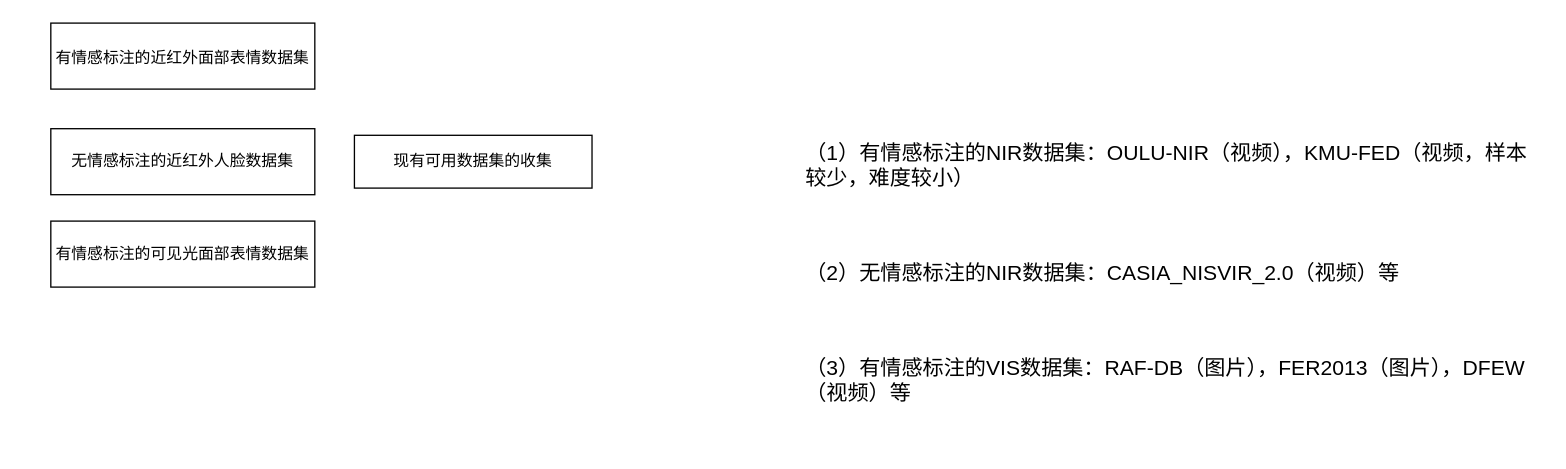
This is 未命名绘图.drawio from Silvia-man/test-, a draw.io file, before an edit. Source tidied: cells renumbered, new cells numbered last; positions are measured from the earlier drawing's top-left corner, leaving out a move shared by most shapes. Both pictures are drawn from the tidied source at 132%, with x=0, y=0 at pixel (50, 22).
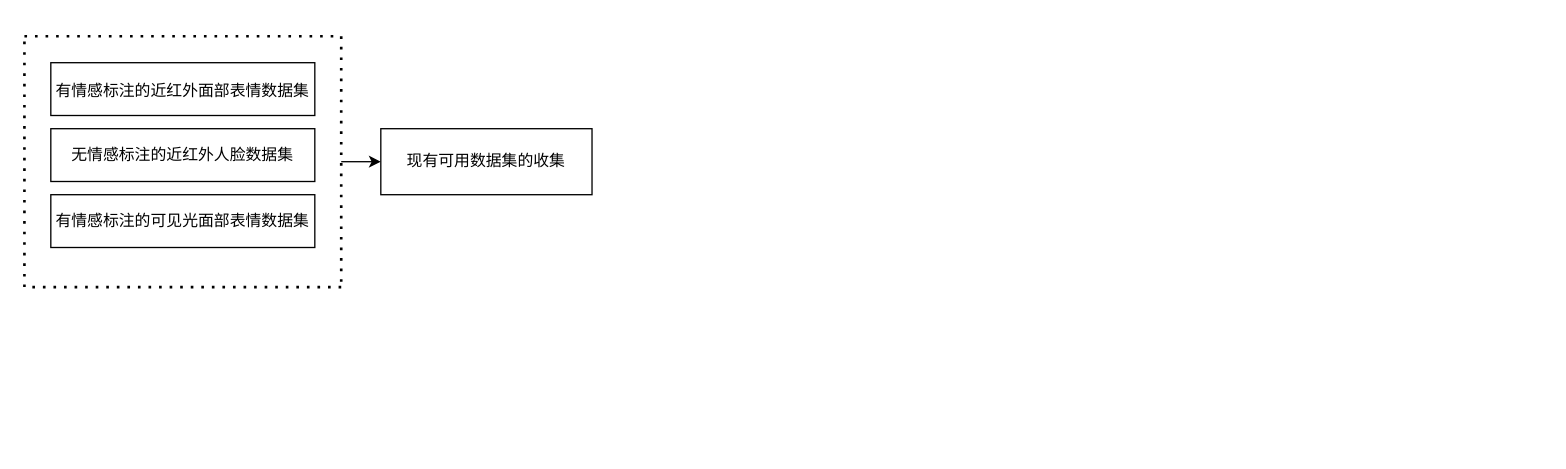
After the change.

Commit message (it also covers changes not shown here):
更新未命名绘图.drawio

Change to the diagram source:
```diff
@@
 <mxGraphModel>
   <root>
     <mxCell id="0" />
     <mxCell id="1" parent="0" />
     <mxCell id="2" value="现有可用数据集的收集" style="rounded=0;whiteSpace=wrap;html=1;" parent="1" vertex="1">
-      <mxGeometry x="230" y="85" width="180" height="40" as="geometry" />
+      <mxGeometry x="250" y="80" width="160" height="50" as="geometry" />
     </mxCell>
-    <mxCell id="3" value="&lt;p class=&quot;MsoNormal&quot;&gt;&lt;span style=&quot;font-size:12.0pt;mso-bidi-font-size:14.0pt;&#10;font-family:宋体&quot;&gt;（&lt;span lang=&quot;EN-US&quot;&gt;1&lt;/span&gt;）有情感标注的&lt;span lang=&quot;EN-US&quot;&gt;NIR&lt;/span&gt;数据集：&lt;span lang=&quot;EN-US&quot;&gt;OULU-NIR&lt;/span&gt;（视频），&lt;span lang=&quot;EN-US&quot;&gt;KMU-FED&lt;/span&gt;（视频，样本较少，难度较小）&lt;span lang=&quot;EN-US&quot;&gt;&lt;/span&gt;&lt;/span&gt;&lt;/p&gt;&#10;&#10;&lt;p class=&quot;MsoNormal&quot;&gt;&lt;span style=&quot;font-size:12.0pt;mso-bidi-font-size:14.0pt;&#10;font-family:宋体&quot;&gt;（&lt;span lang=&quot;EN-US&quot;&gt;2&lt;/span&gt;）无情感标注的&lt;span lang=&quot;EN-US&quot;&gt;NIR&lt;/span&gt;数据集：&lt;span lang=&quot;EN-US&quot;&gt;CASIA_NISVIR_2.0&lt;/span&gt;（视频）等&lt;span lang=&quot;EN-US&quot;&gt;&lt;/span&gt;&lt;/span&gt;&lt;/p&gt;&#10;&#10;&lt;p class=&quot;MsoNormal&quot;&gt;&lt;span style=&quot;font-size:12.0pt;mso-bidi-font-size:14.0pt;&#10;font-family:宋体&quot;&gt;（&lt;span lang=&quot;EN-US&quot;&gt;3&lt;/span&gt;）有情感标注的&lt;span lang=&quot;EN-US&quot;&gt;VIS&lt;/span&gt;数据集：&lt;span lang=&quot;EN-US&quot;&gt;RAF-DB&lt;/span&gt;（图片），&lt;span lang=&quot;EN-US&quot;&gt;FER2013&lt;/span&gt;（图片），&lt;span lang=&quot;EN-US&quot;&gt;DFEW&lt;/span&gt;（视频）等&lt;span lang=&quot;EN-US&quot;&gt;&lt;/span&gt;&lt;/span&gt;&lt;/p&gt;" style="text;whiteSpace=wrap;html=1;" parent="1" vertex="1">
-      <mxGeometry x="570" y="70" width="560" height="250" as="geometry" />
-    </mxCell>
     <mxCell id="4" value="有情感标注的近红外面部表情数据集&lt;span style=&quot;font-size:12.0pt;mso-bidi-font-size:14.0pt;&lt;br/&gt;font-family:宋体&quot;&gt;&lt;/span&gt;" style="rounded=0;whiteSpace=wrap;html=1;" parent="1" vertex="1">
-      <mxGeometry width="200" height="50" as="geometry" />
+      <mxGeometry y="30" width="200" height="40" as="geometry" />
     </mxCell>
     <mxCell id="5" value="无情感标注的近红外人脸数据集" style="rounded=0;whiteSpace=wrap;html=1;" parent="1" vertex="1">
-      <mxGeometry y="80" width="200" height="50" as="geometry" />
+      <mxGeometry y="80" width="200" height="40" as="geometry" />
     </mxCell>
     <mxCell id="6" value="有情感标注的可见光面部表情数据集" style="rounded=0;whiteSpace=wrap;html=1;" parent="1" vertex="1">
-      <mxGeometry y="150" width="200" height="50" as="geometry" />
+      <mxGeometry y="130" width="200" height="40" as="geometry" />
     </mxCell>
+    <mxCell id="7" style="endArrow=none;dashed=1;html=1;dashPattern=1 3;strokeWidth=2;rounded=0;" parent="1" edge="1">
+      <mxGeometry relative="1" as="geometry">
+        <mxPoint x="-20" y="10" as="sourcePoint" />
+        <mxPoint x="220" y="200" as="targetPoint" />
+        <Array as="points">
+          <mxPoint x="220" y="10" />
+        </Array>
+      </mxGeometry>
+    </mxCell>
+    <mxCell id="8" style="endArrow=none;dashed=1;html=1;dashPattern=1 3;strokeWidth=2;rounded=0;" parent="1" edge="1">
+      <mxGeometry relative="1" as="geometry">
+        <mxPoint x="220" y="200" as="sourcePoint" />
+        <mxPoint x="-20" y="10" as="targetPoint" />
+        <Array as="points">
+          <mxPoint x="-20" y="200" />
+        </Array>
+      </mxGeometry>
+    </mxCell>
+    <mxCell id="9" style="endArrow=classic;html=1;rounded=0;entryX=0;entryY=0.5;entryDx=0;entryDy=0;" parent="1" edge="1" target="2">
+      <mxGeometry relative="1" as="geometry">
+        <mxPoint x="220" y="105" as="sourcePoint" />
+      </mxGeometry>
+    </mxCell>
   </root>
 </mxGraphModel>
```
